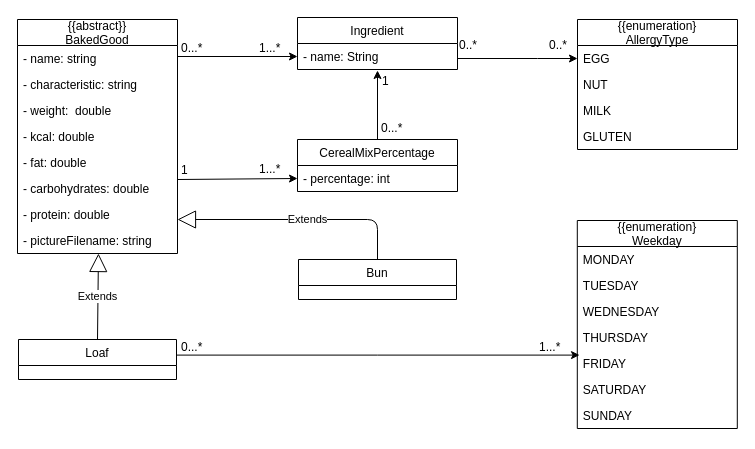
Above: diagramme/BakedGood.drawio.xml in gregoryseibert/dhbw-studienarbeit (draw.io), before the change. Source tidied: cells renumbered, new cells numbered last; positions are measured from the earlier drawing's top-left corner, leaving out a move shared by most shapes. Both pictures are drawn from the tidied source at 100%, with x=0, y=0 at pixel (17, 17).
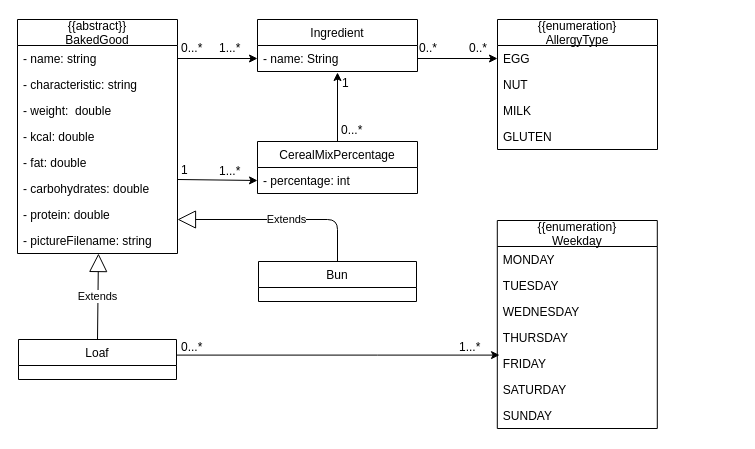
Above is the later version.

The change refers to these unchanged cells:
```xml
<mxCell id="3" value="- name: string" style="text;strokeColor=none;fillColor=none;align=left;verticalAlign=top;spacingLeft=4;spacingRight=4;overflow=hidden;points=[[0,0.5],[1,0.5]];portConstraint=eastwest;" parent="2" vertex="1">
  <mxGeometry y="26" width="160" height="26" as="geometry" />
</mxCell>
<mxCell id="13" value="- name: String" style="text;strokeColor=none;fillColor=none;align=left;verticalAlign=top;spacingLeft=4;spacingRight=4;overflow=hidden;points=[[0,0.5],[1,0.5]];portConstraint=eastwest;" parent="12" vertex="1">
  <mxGeometry y="26" width="160" height="26" as="geometry" />
</mxCell>
<mxCell id="28" value="EGG" style="text;strokeColor=none;fillColor=none;align=left;verticalAlign=top;spacingLeft=4;spacingRight=4;overflow=hidden;points=[[0,0.5],[1,0.5]];portConstraint=eastwest;" parent="27" vertex="1">
  <mxGeometry y="26" width="160" height="26" as="geometry" />
</mxCell>
```

Change to the diagram source:
```diff
@@
-    <mxCell id="11" style="edgeStyle=orthogonalEdgeStyle;rounded=0;jettySize=auto;html=1;" parent="1" edge="1" source="12">
-      <mxGeometry relative="1" as="geometry">
-        <mxPoint x="560" y="41" as="targetPoint" />
-        <Array as="points">
-          <mxPoint x="520" y="41" />
-          <mxPoint x="520" y="41" />
-        </Array>
-      </mxGeometry>
-    </mxCell>
     <mxCell id="12" value="Ingredient" style="swimlane;fontStyle=0;horizontal=1;startSize=26;fillColor=none;" parent="1" vertex="1">
-      <mxGeometry x="280" width="160" height="52" as="geometry" />
+      <mxGeometry x="240" y="2" width="160" height="52" as="geometry" />
     </mxCell>
@@
     <mxCell id="14" value="0..*" style="text;html=1;align=left;verticalAlign=top;spacingTop=-4;" parent="1" vertex="1">
-      <mxGeometry x="440" y="18" width="30" height="20" as="geometry" />
+      <mxGeometry x="400" y="21" width="30" height="20" as="geometry" />
     </mxCell>
     <mxCell id="15" value="0..*" style="text;html=1;align=left;verticalAlign=top;spacingTop=-4;" parent="1" vertex="1">
-      <mxGeometry x="530" y="18" width="30" height="20" as="geometry" />
+      <mxGeometry x="450" y="21" width="30" height="20" as="geometry" />
     </mxCell>
-    <mxCell id="16" style="edgeStyle=orthogonalEdgeStyle;rounded=0;jettySize=auto;html=1;entryX=0;entryY=0.5;entryDx=0;entryDy=0;" parent="1" edge="1" source="3" target="13">
-      <mxGeometry relative="1" as="geometry">
-        <Array as="points">
-          <mxPoint x="150" y="39" />
-          <mxPoint x="150" y="39" />
-        </Array>
-      </mxGeometry>
-    </mxCell>
@@
     <mxCell id="18" value="1...*" style="text;html=1;align=left;verticalAlign=top;spacingTop=-4;" parent="1" vertex="1">
-      <mxGeometry x="240" y="21" width="40" height="20" as="geometry" />
+      <mxGeometry x="200" y="21" width="40" height="20" as="geometry" />
     </mxCell>
     <mxCell id="19" style="edgeStyle=orthogonalEdgeStyle;rounded=0;jettySize=auto;html=1;" parent="1" edge="1" source="20">
       <mxGeometry relative="1" as="geometry">
-        <mxPoint x="360" y="53" as="targetPoint" />
+        <mxPoint x="320" y="55" as="targetPoint" />
         <Array as="points">
-          <mxPoint x="360" y="53" />
+          <mxPoint x="320" y="55" />
         </Array>
       </mxGeometry>
     </mxCell>
     <mxCell id="20" value="CerealMixPercentage" style="swimlane;fontStyle=0;horizontal=1;startSize=26;fillColor=none;" parent="1" vertex="1">
-      <mxGeometry x="280" y="122" width="160" height="52" as="geometry" />
+      <mxGeometry x="240" y="124" width="160" height="52" as="geometry" />
     </mxCell>
@@
     <mxCell id="22" value="0...*" style="text;html=1;align=left;verticalAlign=top;spacingTop=-4;" parent="1" vertex="1">
-      <mxGeometry x="362" y="101" width="40" height="20" as="geometry" />
+      <mxGeometry x="322" y="103" width="40" height="20" as="geometry" />
     </mxCell>
     <mxCell id="23" value="1" style="text;html=1;align=left;verticalAlign=top;spacingTop=-4;" parent="1" vertex="1">
-      <mxGeometry x="363" y="54" width="20" height="20" as="geometry" />
+      <mxGeometry x="323" y="56" width="20" height="20" as="geometry" />
     </mxCell>
@@
     <mxCell id="26" value="1...*" style="text;html=1;align=left;verticalAlign=top;spacingTop=-4;" parent="1" vertex="1">
-      <mxGeometry x="240" y="142" width="40" height="20" as="geometry" />
+      <mxGeometry x="200" y="144" width="40" height="20" as="geometry" />
     </mxCell>
     <mxCell id="27" value="{{enumeration}&#10;AllergyType" style="swimlane;fontStyle=0;horizontal=1;startSize=26;fillColor=none;" parent="1" vertex="1">
-      <mxGeometry x="560" y="2" width="160" height="130" as="geometry" />
+      <mxGeometry x="480" y="2" width="160" height="130" as="geometry" />
     </mxCell>
@@
     <mxCell id="32" value="Bun" style="swimlane;fontStyle=0;horizontal=1;startSize=26;fillColor=none;" parent="1" vertex="1">
-      <mxGeometry x="281" y="242" width="158" height="40" as="geometry" />
+      <mxGeometry x="241" y="244" width="158" height="40" as="geometry" />
     </mxCell>
@@
     <mxCell id="35" value="Extends" style="endArrow=block;endSize=16;endFill=0;html=1;exitX=0.5;exitY=0;exitDx=0;exitDy=0;" parent="1" edge="1" source="32">
       <mxGeometry x="-0.08" relative="1" as="geometry">
         <mxPoint x="160" y="202" as="targetPoint" />
         <Array as="points">
-          <mxPoint x="360" y="202" />
+          <mxPoint x="320" y="202" />
         </Array>
       </mxGeometry>
     </mxCell>
@@
     <mxCell id="37" value="{{enumeration}&#10;Weekday" style="swimlane;fontStyle=0;horizontal=1;startSize=26;fillColor=none;" parent="1" vertex="1">
-      <mxGeometry x="559.8" y="203" width="160" height="208" as="geometry" />
+      <mxGeometry x="479.8" y="203" width="160" height="208" as="geometry" />
     </mxCell>
@@
     <mxCell id="46" value="1...*" style="text;html=1;align=left;verticalAlign=top;spacingTop=-4;" parent="1" vertex="1">
-      <mxGeometry x="520" y="320" width="40" height="20" as="geometry" />
+      <mxGeometry x="440" y="320" width="40" height="20" as="geometry" />
     </mxCell>
+    <mxCell id="16" style="edgeStyle=orthogonalEdgeStyle;rounded=0;jettySize=auto;html=1;exitX=1;exitY=0.5;exitDx=0;exitDy=0;entryX=0;entryY=0.5;entryDx=0;entryDy=0;" parent="1" edge="1" source="3" target="13">
+      <mxGeometry relative="1" as="geometry" />
+    </mxCell>
+    <mxCell id="47" style="edgeStyle=orthogonalEdgeStyle;rounded=0;jettySize=auto;html=1;exitX=1;exitY=0.5;exitDx=0;exitDy=0;entryX=0;entryY=0.5;entryDx=0;entryDy=0;" parent="1" edge="1" source="13" target="28">
+      <mxGeometry relative="1" as="geometry" />
+    </mxCell>
```
